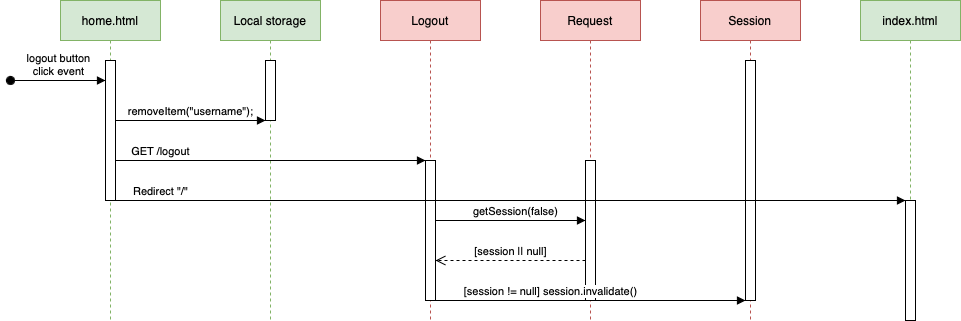
The draw.io diagram docs/raw/images/EventLogout.SD.drawio.png in a-fni/ICT-Technologies-for-the-Web-Dynamic, before a commit. Source tidied: cells renumbered, new cells last; positions are measured from the earlier drawing's top-left corner, leaving out a move shared by most shapes.
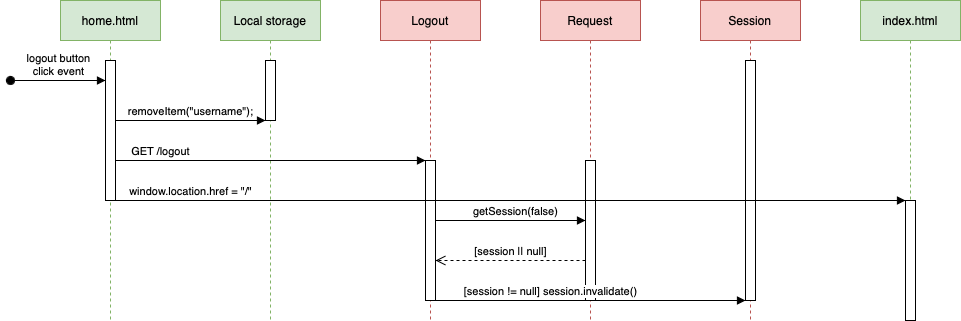
After the commit.

Change to the diagram source:
```diff
@@ -47,8 +47,8 @@
         </Array>
       </mxGeometry>
     </mxCell>
-    <mxCell id="13" value="Redirect &quot;/&quot;" style="html=1;verticalAlign=bottom;endArrow=block;edgeStyle=elbowEdgeStyle;elbow=horizontal;curved=0;rounded=0;" parent="1" edge="1" source="15" target="5">
-      <mxGeometry x="-0.89" relative="1" as="geometry">
+    <mxCell id="13" value="window.location.href = &quot;/&quot;" style="html=1;verticalAlign=bottom;endArrow=block;edgeStyle=elbowEdgeStyle;elbow=horizontal;curved=0;rounded=0;" parent="1" edge="1" source="15" target="5">
+      <mxGeometry x="-0.81" relative="1" as="geometry">
         <Array as="points">
           <mxPoint x="210" y="200" />
           <mxPoint x="590" y="340" />
```
